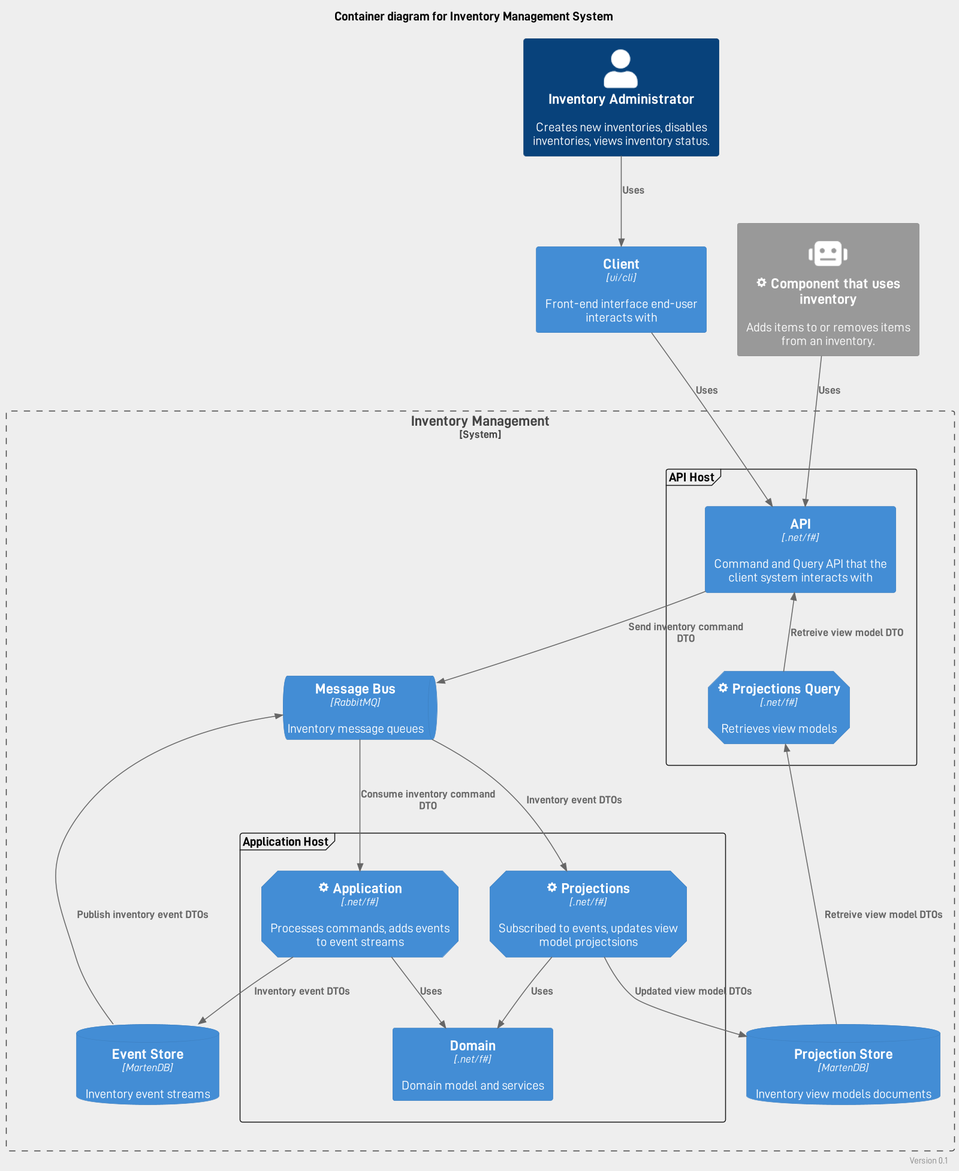
Earlier version of the PlantUML export doc/C4/container.png (iblazhko/functional-cqrs). Source of this version:
```plantuml
@startuml Inventory System - Containers

!include https://raw.githubusercontent.com/plantuml-stdlib/C4-PlantUML/master/C4_Container.puml
skinparam defaultFontName "D-DIN"
skinparam backgroundColor #EEEEEE
scale 1600 width

LAYOUT_TOP_DOWN()
HIDE_STEREOTYPE()

title Container diagram for Inventory Management System
right footer Version 0.1

AddElementTag("microservice-component", $shape=EightSidedShape(), $legendText="microservice-component")

Person(admin, "Inventory Administrator", "Creates new inventories, disables inventories, views inventory status.")
Container(client, "Client", "ui/cli", "Front-end interface end-user interacts with")
System_Ext(ext_client, "<&cog> Component that uses inventory", "Adds items to or removes items from an inventory.", $sprite="robot")

System_Boundary(boundary_system, "Inventory Management") {
    frame "API Host" as api_host {
        Container(api, "API", ".net/f#", "Command and Query API that the client system interacts with")
        Container(query, "<&cog> Projections Query", ".net/f#", "Retrieves view models", $tags="microservice-component")
    }

    frame "Application Host" as app_host {
        Container(domain, "Domain", ".net/f#", "Domain model and services")
        Container(app, "<&cog> Application", ".net/f#", "Processes commands, adds events to event streams", $tags="microservice-component")
        Container(projections, "<&cog> Projections", ".net/f#", "Subscribed to events, updates view model projectsions", $tags="microservice-component")
    }

    ContainerQueue(messagebus, "Message Bus", "RabbitMQ", "Inventory message queues")
    ContainerDb(eventstore, "Event Store", "MartenDB", "Inventory event streams")
    ContainerDb(projectionstore, "Projection Store", "MartenDB", "Inventory view models documents")

    Rel(client, api, "Uses")
    Rel(query, api, "Retreive view model DTO")
    Rel(api, messagebus, "Send inventory command DTO")
    Rel(messagebus, app, "Consume inventory command DTO")
    Rel(app, eventstore, "Inventory event DTOs")
    Rel(eventstore, messagebus, "Publish inventory event DTOs")
    Rel(messagebus, projections, "Inventory event DTOs")
    Rel(projections, projectionstore, "Updated view model DTOs")
    Rel(projectionstore, query, "Retreive view model DTOs")

    Rel(app, domain, "Uses")
    Rel(projections, domain, "Uses")

    Lay_D(client, api_host)
    Lay_D(ext_client, api_host)

    Lay_D(api_host, app_host)

    Lay_D(api, query)

    Lay_L(app, projections)
    Lay_D(app, domain)
    Lay_D(projections, domain)
    Lay_D(app, eventstore)
    Lay_D(projections, projectionstore)
    Lay_D(query, projections)

    Lay_D(messagebus, eventstore)
}

Rel(admin, client, "Uses")
Rel(ext_client, api, "Uses")

@enduml
```
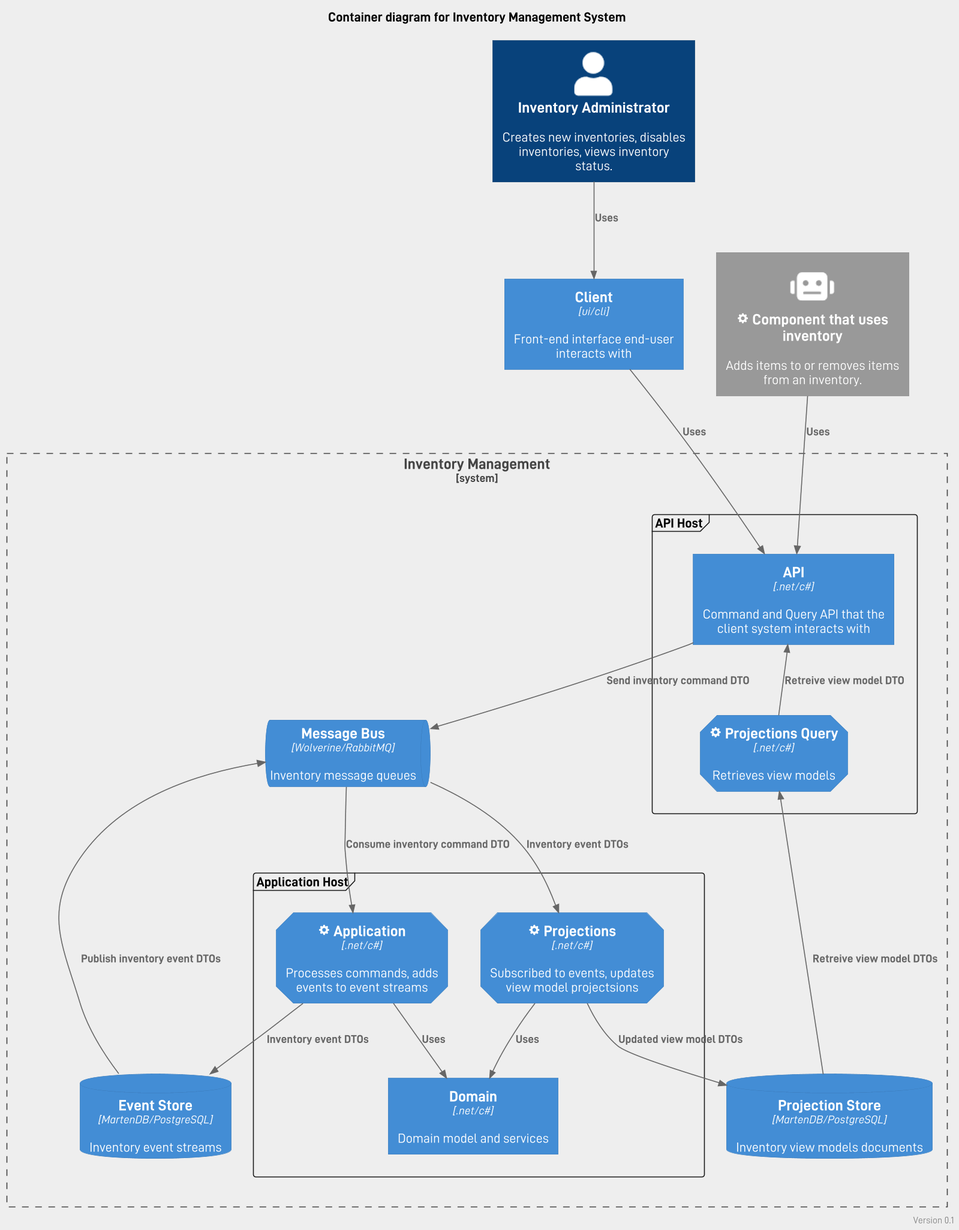
The same diagram one commit later.

What changed in the source:
```diff
@@ -19,19 +19,19 @@
 
 System_Boundary(boundary_system, "Inventory Management") {
     frame "API Host" as api_host {
-        Container(api, "API", ".net/f#", "Command and Query API that the client system interacts with")
-        Container(query, "<&cog> Projections Query", ".net/f#", "Retrieves view models", $tags="microservice-component")
+        Container(api, "API", ".net/c#", "Command and Query API that the client system interacts with")
+        Container(query, "<&cog> Projections Query", ".net/c#", "Retrieves view models", $tags="microservice-component")
     }
 
     frame "Application Host" as app_host {
-        Container(domain, "Domain", ".net/f#", "Domain model and services")
-        Container(app, "<&cog> Application", ".net/f#", "Processes commands, adds events to event streams", $tags="microservice-component")
-        Container(projections, "<&cog> Projections", ".net/f#", "Subscribed to events, updates view model projectsions", $tags="microservice-component")
+        Container(domain, "Domain", ".net/c#", "Domain model and services")
+        Container(app, "<&cog> Application", ".net/c#", "Processes commands, adds events to event streams", $tags="microservice-component")
+        Container(projections, "<&cog> Projections", ".net/c#", "Subscribed to events, updates view model projectsions", $tags="microservice-component")
     }
 
-    ContainerQueue(messagebus, "Message Bus", "RabbitMQ", "Inventory message queues")
-    ContainerDb(eventstore, "Event Store", "MartenDB", "Inventory event streams")
-    ContainerDb(projectionstore, "Projection Store", "MartenDB", "Inventory view models documents")
+    ContainerQueue(messagebus, "Message Bus", "Wolverine/RabbitMQ", "Inventory message queues")
+    ContainerDb(eventstore, "Event Store", "MartenDB/PostgreSQL", "Inventory event streams")
+    ContainerDb(projectionstore, "Projection Store", "MartenDB/PostgreSQL", "Inventory view models documents")
 
     Rel(client, api, "Uses")
     Rel(query, api, "Retreive view model DTO")
```
